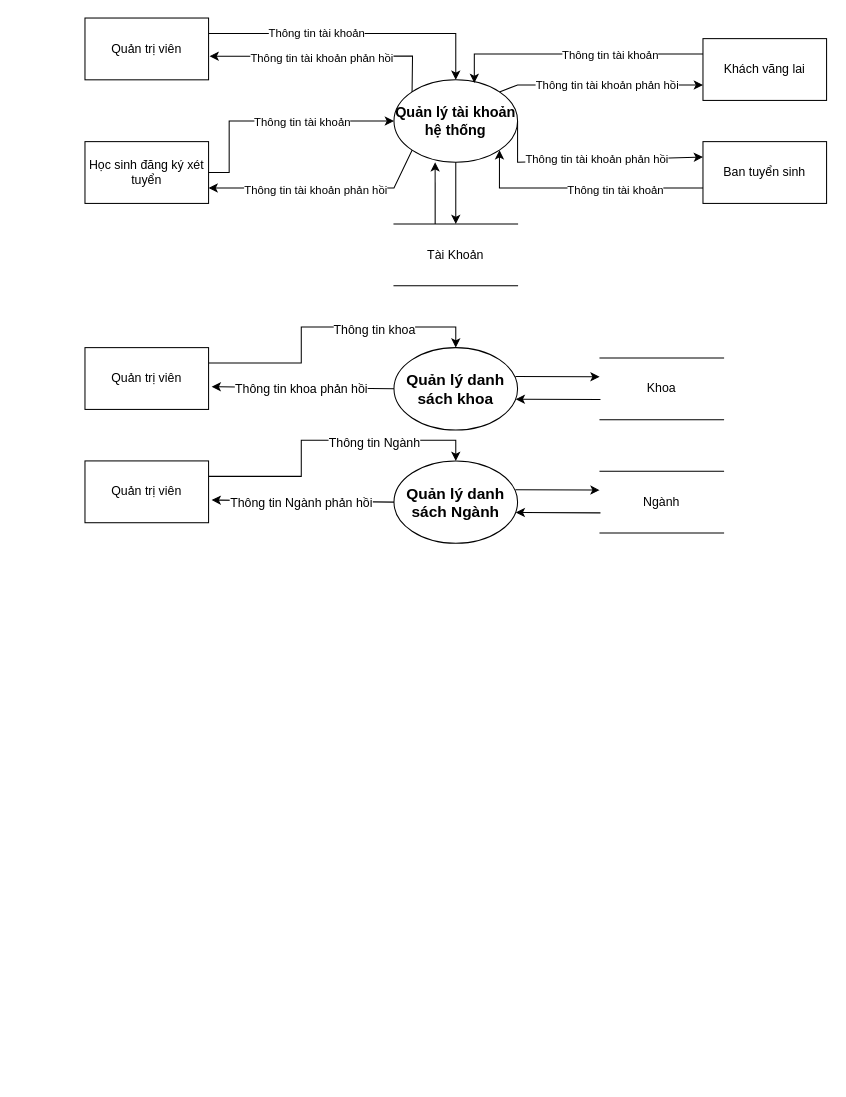
Earlier version of the draw.io diagram page "Biểu đồ luồng dữ liệu mức đỉnh 0" (4 of 4) of 1. Bao Cao/DATN.drawio (truongquangkhai99/TrinhVanTu_DATN). Source tidied: cells renumbered, new cells numbered last; positions are measured from the earlier drawing's top-left corner, leaving out a move shared by most shapes. Both pictures are drawn from the tidied source at 103%, with x=0, y=0 at pixel (84, 18).
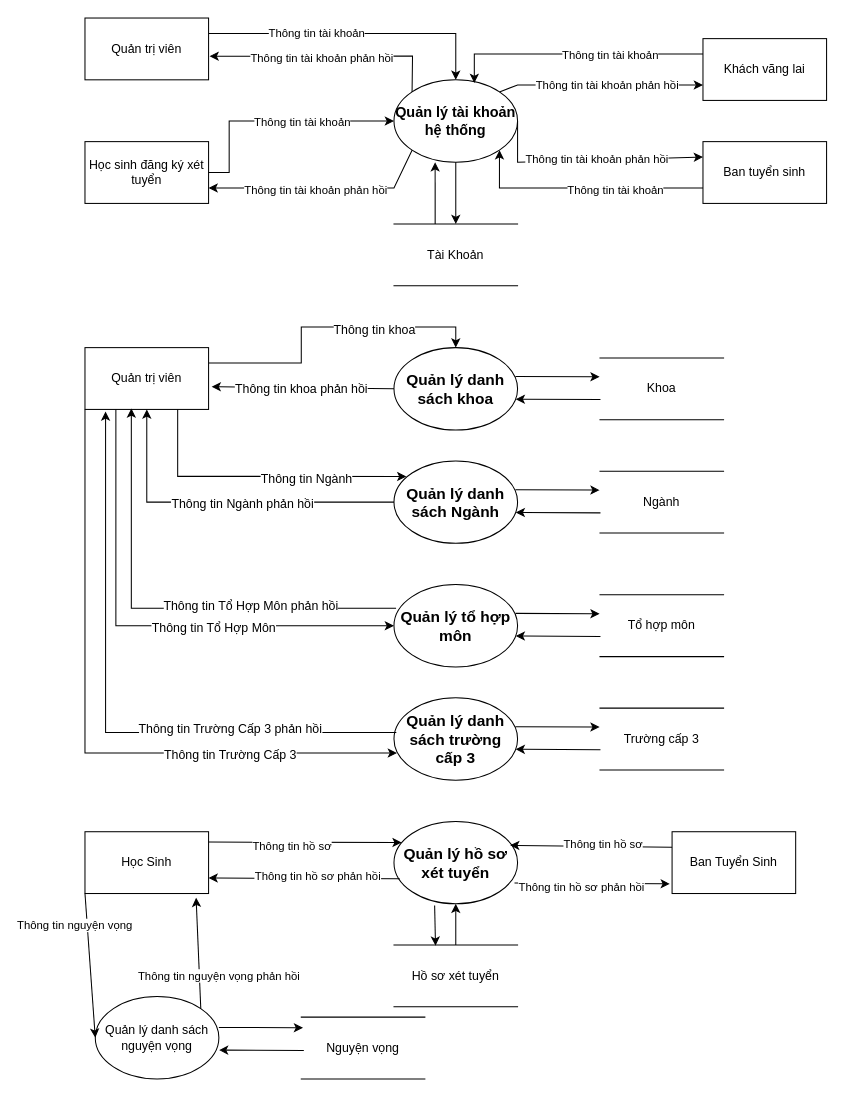
The same page after the edit.

The change refers to these unchanged cells:
```xml
<mxCell id="21" value="Quản trị viên" style="rounded=0;whiteSpace=wrap;html=1;" parent="1" vertex="1">
  <mxGeometry y="320" width="120" height="60" as="geometry" />
</mxCell>
<mxCell id="35" value="&lt;span style=&quot;font-size: 15px ; font-weight: 700&quot;&gt;Quản lý danh sách Ngành&lt;/span&gt;" style="ellipse;whiteSpace=wrap;html=1;" parent="1" vertex="1">
  <mxGeometry x="300" y="430" width="120" height="80" as="geometry" />
</mxCell>
```

The edit, as a diff of the source:
```diff
@@
-    <mxCell id="36" style="edgeStyle=orthogonalEdgeStyle;rounded=0;jettySize=auto;html=1;exitX=1;exitY=0.25;exitDx=0;exitDy=0;entryX=0.5;entryY=0;entryDx=0;entryDy=0;fontSize=14;" parent="1" edge="1" source="38" target="35">
-      <mxGeometry relative="1" as="geometry" />
+    <mxCell id="36" style="edgeStyle=orthogonalEdgeStyle;rounded=0;jettySize=auto;html=1;exitX=0.75;exitY=1;exitDx=0;exitDy=0;entryX=0.1;entryY=0.188;entryDx=0;entryDy=0;fontSize=14;entryPerimeter=0;" parent="1" edge="1" source="21" target="35">
+      <mxGeometry relative="1" as="geometry">
+        <Array as="points">
+          <mxPoint x="90" y="445" />
+        </Array>
+      </mxGeometry>
     </mxCell>
@@
-    <mxCell id="38" value="Quản trị viên" style="rounded=0;whiteSpace=wrap;html=1;" parent="1" vertex="1">
-      <mxGeometry y="430" width="120" height="60" as="geometry" />
-    </mxCell>
-    <mxCell id="39" style="endArrow=classic;html=1;rounded=0;fontSize=12;exitX=0;exitY=0.5;exitDx=0;exitDy=0;entryX=1.025;entryY=0.633;entryDx=0;entryDy=0;entryPerimeter=0;" parent="1" edge="1" source="35" target="38">
-      <mxGeometry relative="1" as="geometry" />
+    <mxCell id="39" style="endArrow=classic;html=1;rounded=0;fontSize=12;exitX=0;exitY=0.5;exitDx=0;exitDy=0;entryX=0.5;entryY=1;entryDx=0;entryDy=0;" parent="1" edge="1" source="35" target="21">
+      <mxGeometry relative="1" as="geometry">
+        <Array as="points">
+          <mxPoint x="60" y="470" />
+        </Array>
+      </mxGeometry>
     </mxCell>
@@
+    <mxCell id="44" value="&lt;span style=&quot;font-size: 15px ; font-weight: 700&quot;&gt;Quản lý tổ hợp môn&lt;/span&gt;" style="ellipse;whiteSpace=wrap;html=1;" parent="1" vertex="1">
+      <mxGeometry x="300" y="550" width="120" height="80" as="geometry" />
+    </mxCell>
+    <mxCell id="45" style="edgeStyle=orthogonalEdgeStyle;rounded=0;jettySize=auto;html=1;exitX=0.25;exitY=1;exitDx=0;exitDy=0;entryX=0;entryY=0.5;entryDx=0;entryDy=0;fontSize=14;" parent="1" edge="1" source="21" target="44">
+      <mxGeometry relative="1" as="geometry">
+        <Array as="points">
+          <mxPoint x="30" y="590" />
+        </Array>
+      </mxGeometry>
+    </mxCell>
+    <mxCell id="46" value="Thông tin Tổ Hợp Môn" style="edgeLabel;html=1;align=center;verticalAlign=middle;fontSize=12;" parent="45" vertex="1">
+      <mxGeometry x="0.18" y="-2" relative="1" as="geometry">
+        <mxPoint x="21" as="offset" />
+      </mxGeometry>
+    </mxCell>
+    <mxCell id="47" style="edgeStyle=orthogonalEdgeStyle;rounded=0;jettySize=auto;html=1;exitX=0.017;exitY=0.288;exitDx=0;exitDy=0;entryX=0.375;entryY=0.983;entryDx=0;entryDy=0;fontSize=14;exitPerimeter=0;entryPerimeter=0;" parent="1" edge="1" source="44" target="21">
+      <mxGeometry relative="1" as="geometry">
+        <Array as="points">
+          <mxPoint x="45" y="573" />
+        </Array>
+      </mxGeometry>
+    </mxCell>
+    <mxCell id="48" value="Thông tin Tổ Hợp Môn phản hồi" style="edgeLabel;html=1;align=center;verticalAlign=middle;fontSize=12;" parent="47" vertex="1">
+      <mxGeometry x="0.18" y="-2" relative="1" as="geometry">
+        <mxPoint x="113" y="6" as="offset" />
+      </mxGeometry>
+    </mxCell>
+    <mxCell id="49" value="Tổ hợp môn" style="shape=partialRectangle;whiteSpace=wrap;html=1;left=0;right=0;fillColor=none;" parent="1" vertex="1">
+      <mxGeometry x="500" y="560" width="120" height="60" as="geometry" />
+    </mxCell>
+    <mxCell id="50" style="endArrow=classic;html=1;rounded=0;fontSize=12;exitX=0.004;exitY=0.674;exitDx=0;exitDy=0;entryX=0.985;entryY=0.625;entryDx=0;entryDy=0;entryPerimeter=0;exitPerimeter=0;" parent="1" edge="1" source="49">
+      <mxGeometry relative="1" as="geometry">
+        <mxPoint x="418.2" y="600" as="targetPoint" />
+      </mxGeometry>
+    </mxCell>
+    <mxCell id="51" style="endArrow=classic;html=1;rounded=0;fontSize=12;entryX=-0.003;entryY=0.306;entryDx=0;entryDy=0;exitX=0.983;exitY=0.35;exitDx=0;exitDy=0;exitPerimeter=0;entryPerimeter=0;" parent="1" edge="1" target="49">
+      <mxGeometry relative="1" as="geometry">
+        <mxPoint x="418" y="578" as="sourcePoint" />
+      </mxGeometry>
+    </mxCell>
+    <mxCell id="52" value="&lt;span style=&quot;font-size: 15px ; font-weight: 700&quot;&gt;Quản lý danh sách trường cấp 3&lt;br&gt;&lt;/span&gt;" style="ellipse;whiteSpace=wrap;html=1;" parent="1" vertex="1">
+      <mxGeometry x="300" y="660" width="120" height="80" as="geometry" />
+    </mxCell>
+    <mxCell id="53" value="Trường cấp 3" style="shape=partialRectangle;whiteSpace=wrap;html=1;left=0;right=0;fillColor=none;" parent="1" vertex="1">
+      <mxGeometry x="500" y="670" width="120" height="60" as="geometry" />
+    </mxCell>
+    <mxCell id="54" style="endArrow=classic;html=1;rounded=0;fontSize=12;exitX=0.004;exitY=0.674;exitDx=0;exitDy=0;entryX=0.985;entryY=0.625;entryDx=0;entryDy=0;entryPerimeter=0;exitPerimeter=0;" parent="1" edge="1" source="53">
+      <mxGeometry relative="1" as="geometry">
+        <mxPoint x="418.2" y="710" as="targetPoint" />
+      </mxGeometry>
+    </mxCell>
+    <mxCell id="55" style="endArrow=classic;html=1;rounded=0;fontSize=12;entryX=-0.003;entryY=0.306;entryDx=0;entryDy=0;exitX=0.983;exitY=0.35;exitDx=0;exitDy=0;exitPerimeter=0;entryPerimeter=0;" parent="1" edge="1" target="53">
+      <mxGeometry relative="1" as="geometry">
+        <mxPoint x="418" y="688" as="sourcePoint" />
+      </mxGeometry>
+    </mxCell>
+    <mxCell id="56" style="edgeStyle=orthogonalEdgeStyle;rounded=0;jettySize=auto;html=1;exitX=0;exitY=1;exitDx=0;exitDy=0;fontSize=14;entryX=0.024;entryY=0.67;entryDx=0;entryDy=0;entryPerimeter=0;" parent="1" edge="1" source="21" target="52">
+      <mxGeometry relative="1" as="geometry">
+        <Array as="points">
+          <mxPoint y="714" />
+        </Array>
+      </mxGeometry>
+    </mxCell>
+    <mxCell id="57" value="Thông tin Trường Cấp 3" style="edgeLabel;html=1;align=center;verticalAlign=middle;fontSize=12;" parent="56" vertex="1">
+      <mxGeometry x="0.18" y="-2" relative="1" as="geometry">
+        <mxPoint x="98" as="offset" />
+      </mxGeometry>
+    </mxCell>
+    <mxCell id="58" style="edgeStyle=orthogonalEdgeStyle;rounded=0;jettySize=auto;html=1;exitX=0.019;exitY=0.42;exitDx=0;exitDy=0;fontSize=14;exitPerimeter=0;" parent="1" edge="1" source="52">
+      <mxGeometry relative="1" as="geometry">
+        <mxPoint x="20" y="382" as="targetPoint" />
+        <Array as="points">
+          <mxPoint x="20" y="694" />
+          <mxPoint x="20" y="382" />
+        </Array>
+      </mxGeometry>
+    </mxCell>
+    <mxCell id="59" value="Thông tin Trường Cấp 3 phản hồi" style="edgeLabel;html=1;align=center;verticalAlign=middle;fontSize=12;" parent="58" vertex="1">
+      <mxGeometry x="0.18" y="-2" relative="1" as="geometry">
+        <mxPoint x="118" y="65" as="offset" />
+      </mxGeometry>
+    </mxCell>
+    <mxCell id="60" value="&lt;span style=&quot;font-size: 15px ; font-weight: 700&quot;&gt;Quản lý hồ sơ xét tuyển&lt;br&gt;&lt;/span&gt;" style="ellipse;whiteSpace=wrap;html=1;" parent="1" vertex="1">
+      <mxGeometry x="300" y="780" width="120" height="80" as="geometry" />
+    </mxCell>
+    <mxCell id="61" value="Quản lý danh sách nguyện vọng" style="ellipse;whiteSpace=wrap;html=1;" parent="1" vertex="1">
+      <mxGeometry x="10" y="950" width="120" height="80" as="geometry" />
+    </mxCell>
+    <mxCell id="62" value="Học Sinh" style="rounded=0;whiteSpace=wrap;html=1;" parent="1" vertex="1">
+      <mxGeometry y="790" width="120" height="60" as="geometry" />
+    </mxCell>
+    <mxCell id="63" value="Ban Tuyển Sinh" style="rounded=0;whiteSpace=wrap;html=1;" parent="1" vertex="1">
+      <mxGeometry x="570" y="790" width="120" height="60" as="geometry" />
+    </mxCell>
+    <mxCell id="64" style="endArrow=classic;html=1;rounded=0;exitX=1;exitY=0.167;exitDx=0;exitDy=0;entryX=0.062;entryY=0.255;entryDx=0;entryDy=0;entryPerimeter=0;exitPerimeter=0;" parent="1" edge="1" source="62" target="60">
+      <mxGeometry relative="1" as="geometry" />
+    </mxCell>
+    <mxCell id="65" value="Thông tin hồ sơ" style="edgeLabel;html=1;align=center;verticalAlign=middle;" parent="64" vertex="1">
+      <mxGeometry x="-0.14" y="-3" relative="1" as="geometry" />
+    </mxCell>
+    <mxCell id="66" style="endArrow=classic;html=1;rounded=0;exitX=0.046;exitY=0.695;exitDx=0;exitDy=0;entryX=1;entryY=0.75;entryDx=0;entryDy=0;exitPerimeter=0;" parent="1" edge="1" source="60" target="62">
+      <mxGeometry relative="1" as="geometry" />
+    </mxCell>
+    <mxCell id="67" value="Thông tin hồ sơ phản hồi" style="edgeLabel;html=1;align=center;verticalAlign=middle;" parent="66" vertex="1">
+      <mxGeometry x="-0.14" y="-3" relative="1" as="geometry" />
+    </mxCell>
+    <mxCell id="68" style="endArrow=classic;html=1;rounded=0;exitX=0;exitY=0.25;exitDx=0;exitDy=0;entryX=0.94;entryY=0.29;entryDx=0;entryDy=0;entryPerimeter=0;" parent="1" edge="1" source="63" target="60">
+      <mxGeometry relative="1" as="geometry" />
+    </mxCell>
+    <mxCell id="69" value="Thông tin hồ sơ" style="edgeLabel;html=1;align=center;verticalAlign=middle;" parent="68" vertex="1">
+      <mxGeometry x="-0.14" y="-3" relative="1" as="geometry" />
+    </mxCell>
+    <mxCell id="70" style="endArrow=classic;html=1;rounded=0;entryX=-0.018;entryY=0.844;entryDx=0;entryDy=0;entryPerimeter=0;exitX=0.975;exitY=0.748;exitDx=0;exitDy=0;exitPerimeter=0;" parent="1" edge="1" source="60" target="63">
+      <mxGeometry relative="1" as="geometry" />
+    </mxCell>
+    <mxCell id="71" value="Thông tin hồ sơ phản hồi" style="edgeLabel;html=1;align=center;verticalAlign=middle;" parent="70" vertex="1">
+      <mxGeometry x="-0.14" y="-3" relative="1" as="geometry" />
+    </mxCell>
+    <mxCell id="72" style="endArrow=classic;html=1;rounded=0;exitX=0;exitY=1;exitDx=0;exitDy=0;entryX=0;entryY=0.5;entryDx=0;entryDy=0;" parent="1" edge="1" source="62" target="61">
+      <mxGeometry relative="1" as="geometry" />
+    </mxCell>
+    <mxCell id="73" value="Thông tin nguyện vọng" style="edgeLabel;html=1;align=center;verticalAlign=middle;rotation=0;" parent="72" vertex="1">
+      <mxGeometry x="-0.24" y="-2" relative="1" as="geometry">
+        <mxPoint x="-12" y="-23" as="offset" />
+      </mxGeometry>
+    </mxCell>
+    <mxCell id="74" style="endArrow=classic;html=1;rounded=0;exitX=1;exitY=0;exitDx=0;exitDy=0;entryX=0.899;entryY=1.067;entryDx=0;entryDy=0;entryPerimeter=0;" parent="1" edge="1" source="61" target="62">
+      <mxGeometry relative="1" as="geometry" />
+    </mxCell>
+    <mxCell id="75" value="Thông tin nguyện vọng phản hồi" style="edgeLabel;html=1;align=center;verticalAlign=middle;" parent="74" vertex="1">
+      <mxGeometry x="-0.24" y="-2" relative="1" as="geometry">
+        <mxPoint x="17" y="9" as="offset" />
+      </mxGeometry>
+    </mxCell>
+    <mxCell id="76" value="Hồ sơ xét tuyển" style="shape=partialRectangle;whiteSpace=wrap;html=1;left=0;right=0;fillColor=none;" parent="1" vertex="1">
+      <mxGeometry x="300" y="900" width="120" height="60" as="geometry" />
+    </mxCell>
+    <mxCell id="77" style="endArrow=classic;html=1;rounded=0;exitX=0.5;exitY=0;exitDx=0;exitDy=0;entryX=0.5;entryY=1;entryDx=0;entryDy=0;" parent="1" edge="1" source="76" target="60">
+      <mxGeometry relative="1" as="geometry" />
+    </mxCell>
+    <mxCell id="78" style="endArrow=classic;html=1;rounded=0;exitX=0.329;exitY=1.019;exitDx=0;exitDy=0;entryX=0.336;entryY=0.011;entryDx=0;entryDy=0;exitPerimeter=0;entryPerimeter=0;" parent="1" edge="1" source="60" target="76">
+      <mxGeometry relative="1" as="geometry" />
+    </mxCell>
+    <mxCell id="79" value="Nguyện vọng" style="shape=partialRectangle;whiteSpace=wrap;html=1;left=0;right=0;fillColor=none;" parent="1" vertex="1">
+      <mxGeometry x="210" y="970" width="120" height="60" as="geometry" />
+    </mxCell>
+    <mxCell id="80" style="endArrow=classic;html=1;rounded=0;fontSize=12;exitX=0.004;exitY=0.674;exitDx=0;exitDy=0;entryX=0.985;entryY=0.625;entryDx=0;entryDy=0;entryPerimeter=0;exitPerimeter=0;" parent="1" edge="1">
+      <mxGeometry relative="1" as="geometry">
+        <mxPoint x="212.5" y="1002.4" as="sourcePoint" />
+        <mxPoint x="130.2" y="1002" as="targetPoint" />
+      </mxGeometry>
+    </mxCell>
+    <mxCell id="81" style="endArrow=classic;html=1;rounded=0;fontSize=12;entryX=-0.003;entryY=0.306;entryDx=0;entryDy=0;exitX=0.983;exitY=0.35;exitDx=0;exitDy=0;exitPerimeter=0;entryPerimeter=0;" parent="1" edge="1">
+      <mxGeometry relative="1" as="geometry">
+        <mxPoint x="130" y="980" as="sourcePoint" />
+        <mxPoint x="211.7" y="980.4" as="targetPoint" />
+      </mxGeometry>
+    </mxCell>
```
